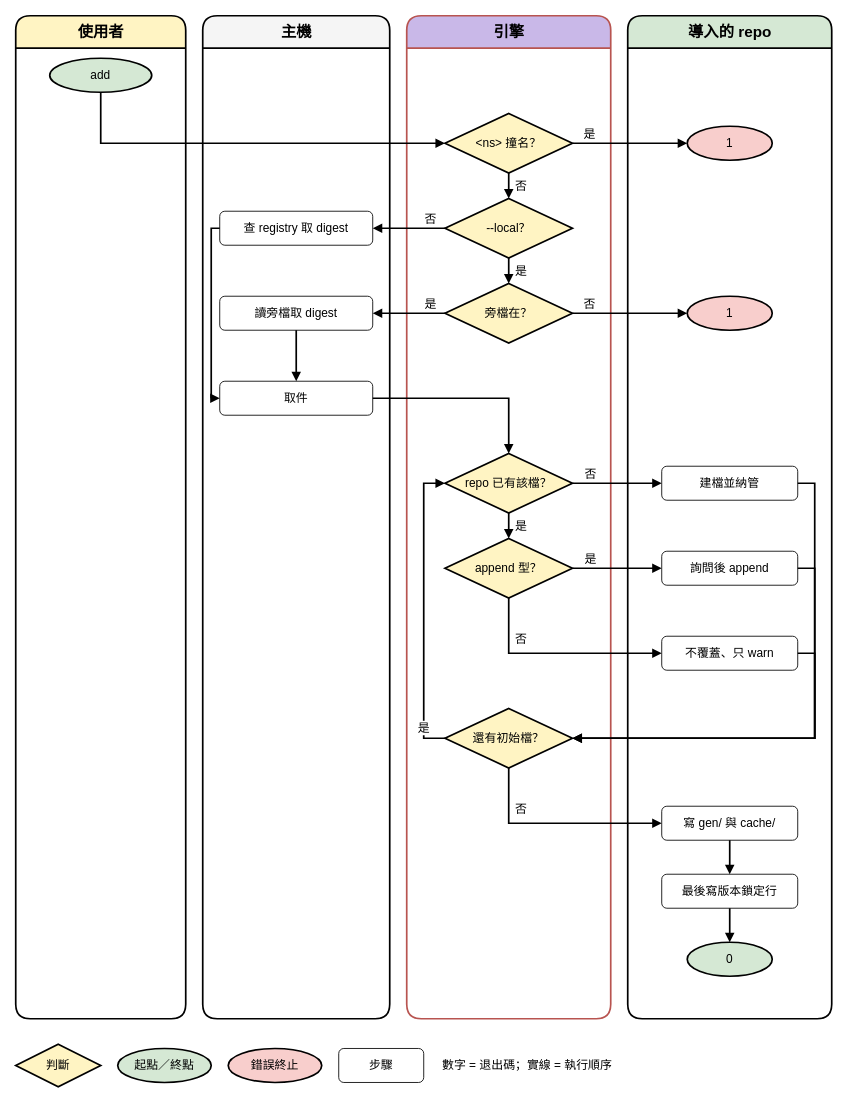
This is page "add 流程" (6 of 10) of doc/decisions/research/diagram_proposals/proposal_claude_v3.drawio from ycpss91255-research/vendor_kit, a draw.io file, before an edit. Source tidied: cells renumbered, new cells numbered last; positions are measured from the earlier drawing's top-left corner, leaving out a move shared by most shapes. Both pictures are drawn from the tidied source at 85%, with x=0, y=0 at pixel (15, 15).
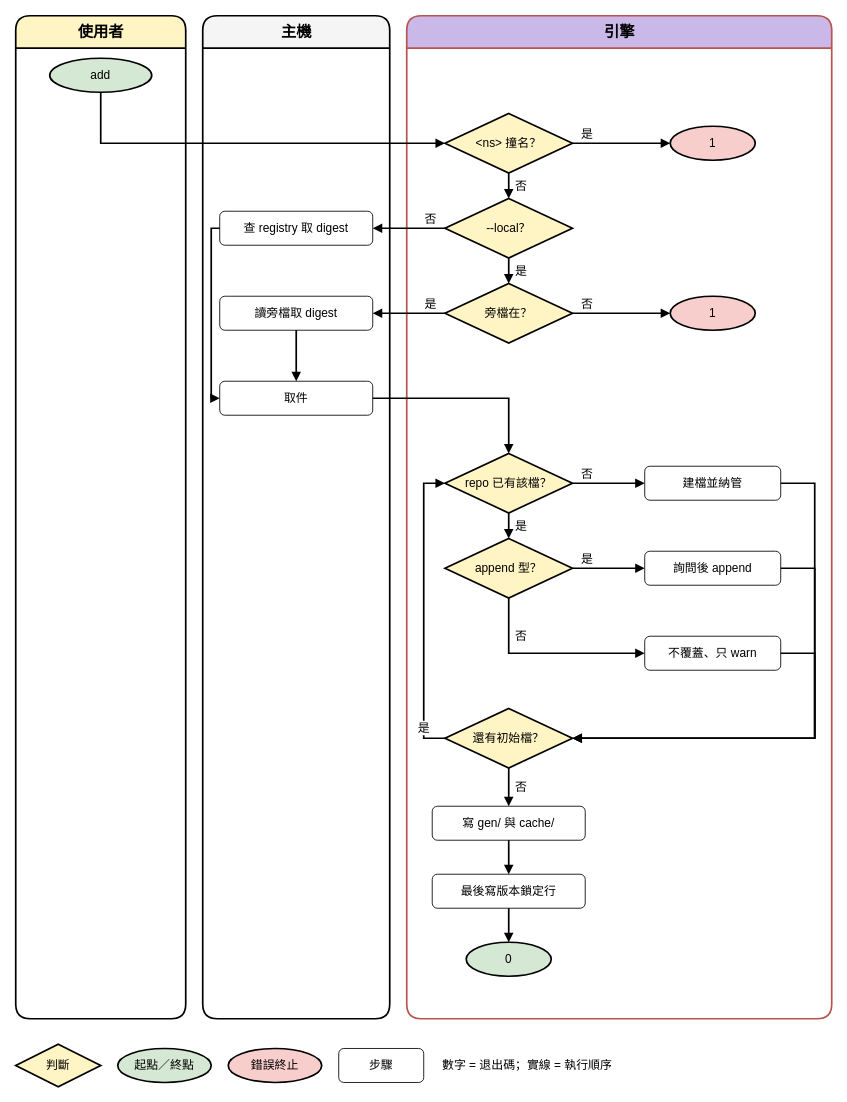
The same diagram, later.

The change refers to these unchanged cells:
```xml
<mxCell id="20" value="還有初始檔？" style="rhombus;whiteSpace=wrap;html=1;fillColor=#FFF4C3;strokeColor=#000000;strokeWidth=2;fontSize=14;" parent="4" vertex="1">
  <mxGeometry x="45" y="815" width="150" height="70" as="geometry" />
</mxCell>
```

Diff of the diagram source:
```diff
@@
     <mxCell id="4" value="引擎" style="swimlane;html=1;rounded=1;startSize=38;fontStyle=1;fontSize=18;fillColor=#c9b8e8;swimlaneFillColor=#ffffff;strokeColor=#b85450;strokeWidth=2;" parent="1" vertex="1">
-      <mxGeometry x="460" width="240" height="1180" as="geometry" />
+      <mxGeometry x="460" width="500" height="1180" as="geometry" />
     </mxCell>
-    <mxCell id="5" value="導入的 repo" style="swimlane;html=1;rounded=1;startSize=38;fontStyle=1;fontSize=18;fillColor=#d5e8d4;swimlaneFillColor=#ffffff;strokeColor=#000000;strokeWidth=2;" parent="1" vertex="1">
-      <mxGeometry x="720" width="240" height="1180" as="geometry" />
-    </mxCell>
@@
-    <mxCell id="8" value="1" style="ellipse;whiteSpace=wrap;html=1;fillColor=#f8cecc;strokeColor=#000000;strokeWidth=2;fontSize=14;" parent="5" vertex="1">
-      <mxGeometry x="70" y="130" width="100" height="40" as="geometry" />
+    <mxCell id="8" value="1" style="ellipse;whiteSpace=wrap;html=1;fillColor=#f8cecc;strokeColor=#000000;strokeWidth=2;fontSize=14;" parent="4" vertex="1">
+      <mxGeometry x="310" y="130" width="100" height="40" as="geometry" />
     </mxCell>
@@
-    <mxCell id="12" value="1" style="ellipse;whiteSpace=wrap;html=1;fillColor=#f8cecc;strokeColor=#000000;strokeWidth=2;fontSize=14;" parent="5" vertex="1">
-      <mxGeometry x="70" y="330" width="100" height="40" as="geometry" />
+    <mxCell id="12" value="1" style="ellipse;whiteSpace=wrap;html=1;fillColor=#f8cecc;strokeColor=#000000;strokeWidth=2;fontSize=14;" parent="4" vertex="1">
+      <mxGeometry x="310" y="330" width="100" height="40" as="geometry" />
     </mxCell>
@@
-    <mxCell id="16" value="建檔並納管" style="rounded=1;whiteSpace=wrap;html=1;fillColor=#ffffff;strokeColor=light-dark(#000000,#9577A3);fontSize=14;strokeWidth=1;" parent="5" vertex="1">
-      <mxGeometry x="40" y="530" width="160" height="40" as="geometry" />
+    <mxCell id="16" value="建檔並納管" style="rounded=1;whiteSpace=wrap;html=1;fillColor=#ffffff;strokeColor=light-dark(#000000,#9577A3);fontSize=14;strokeWidth=1;" parent="4" vertex="1">
+      <mxGeometry x="280" y="530" width="160" height="40" as="geometry" />
     </mxCell>
@@
-    <mxCell id="18" value="詢問後 append" style="rounded=1;whiteSpace=wrap;html=1;fillColor=#ffffff;strokeColor=light-dark(#000000,#9577A3);fontSize=14;strokeWidth=1;" parent="5" vertex="1">
-      <mxGeometry x="40" y="630" width="160" height="40" as="geometry" />
+    <mxCell id="18" value="詢問後 append" style="rounded=1;whiteSpace=wrap;html=1;fillColor=#ffffff;strokeColor=light-dark(#000000,#9577A3);fontSize=14;strokeWidth=1;" parent="4" vertex="1">
+      <mxGeometry x="280" y="630" width="160" height="40" as="geometry" />
     </mxCell>
-    <mxCell id="19" value="不覆蓋、只 warn" style="rounded=1;whiteSpace=wrap;html=1;fillColor=#ffffff;strokeColor=light-dark(#000000,#9577A3);fontSize=14;strokeWidth=1;" parent="5" vertex="1">
-      <mxGeometry x="40" y="730" width="160" height="40" as="geometry" />
+    <mxCell id="19" value="不覆蓋、只 warn" style="rounded=1;whiteSpace=wrap;html=1;fillColor=#ffffff;strokeColor=light-dark(#000000,#9577A3);fontSize=14;strokeWidth=1;" parent="4" vertex="1">
+      <mxGeometry x="280" y="730" width="160" height="40" as="geometry" />
     </mxCell>
@@
-    <mxCell id="21" value="寫 gen/ 與 cache/" style="rounded=1;whiteSpace=wrap;html=1;fillColor=#ffffff;strokeColor=light-dark(#000000,#9577A3);fontSize=14;strokeWidth=1;" parent="5" vertex="1">
-      <mxGeometry x="40" y="930" width="160" height="40" as="geometry" />
+    <mxCell id="21" value="寫 gen/ 與 cache/" style="rounded=1;whiteSpace=wrap;html=1;fillColor=#ffffff;strokeColor=light-dark(#000000,#9577A3);fontSize=14;strokeWidth=1;" parent="4" vertex="1">
+      <mxGeometry x="30" y="930" width="180" height="40" as="geometry" />
     </mxCell>
-    <mxCell id="22" value="最後寫版本鎖定行" style="rounded=1;whiteSpace=wrap;html=1;fillColor=#ffffff;strokeColor=light-dark(#000000,#9577A3);fontSize=14;strokeWidth=1;" parent="5" vertex="1">
-      <mxGeometry x="40" y="1010" width="160" height="40" as="geometry" />
+    <mxCell id="22" value="最後寫版本鎖定行" style="rounded=1;whiteSpace=wrap;html=1;fillColor=#ffffff;strokeColor=light-dark(#000000,#9577A3);fontSize=14;strokeWidth=1;" parent="4" vertex="1">
+      <mxGeometry x="30" y="1010" width="180" height="40" as="geometry" />
     </mxCell>
-    <mxCell id="23" value="0" style="ellipse;whiteSpace=wrap;html=1;fillColor=#d5e8d4;strokeColor=#000000;strokeWidth=2;fontSize=14;" parent="5" vertex="1">
+    <mxCell id="23" value="0" style="ellipse;whiteSpace=wrap;html=1;fillColor=#d5e8d4;strokeColor=#000000;strokeWidth=2;fontSize=14;" parent="4" vertex="1">
       <mxGeometry x="70" y="1090" width="100" height="40" as="geometry" />
     </mxCell>
@@
-    <mxCell id="42" value="否" style="edgeStyle=orthogonalEdgeStyle;rounded=0;html=1;endArrow=block;endFill=1;strokeWidth=2;fontSize=14;exitX=0.5;exitY=1;entryX=0;entryY=0.5;align=left;spacingLeft=6;" parent="1" edge="1" source="20" target="21">
-      <mxGeometry x="-0.6" relative="1" as="geometry">
-        <Array as="points">
-          <mxPoint x="580" y="950" />
-        </Array>
-      </mxGeometry>
+    <mxCell id="42" value="否" style="edgeStyle=orthogonalEdgeStyle;rounded=0;html=1;endArrow=block;endFill=1;strokeWidth=2;fontSize=14;align=left;spacingLeft=6;" parent="1" edge="1" source="20" target="21">
+      <mxGeometry relative="1" as="geometry" />
     </mxCell>
```
